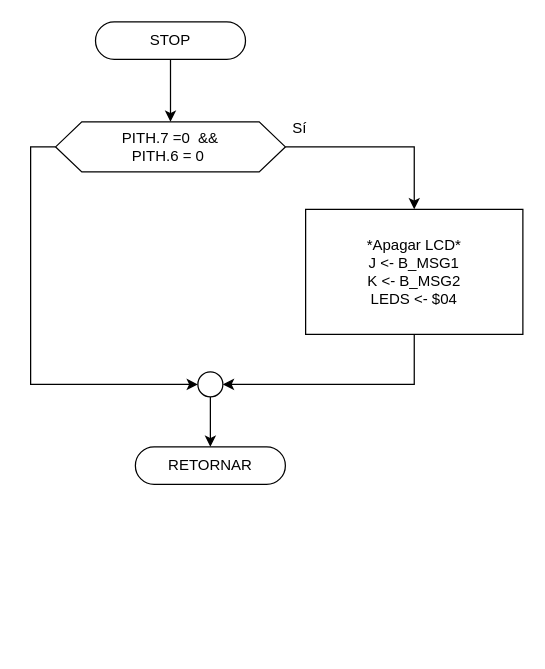
Earlier version of the draw.io diagram Proyecto/diagrams/STOP.drawio (moisotico/Microprocesadores). Source tidied: cells renumbered, new cells numbered last; positions are measured from the earlier drawing's top-left corner, leaving out a move shared by most shapes. Both pictures are drawn from the tidied source at 125%, with x=0, y=0 at pixel (55, 21).
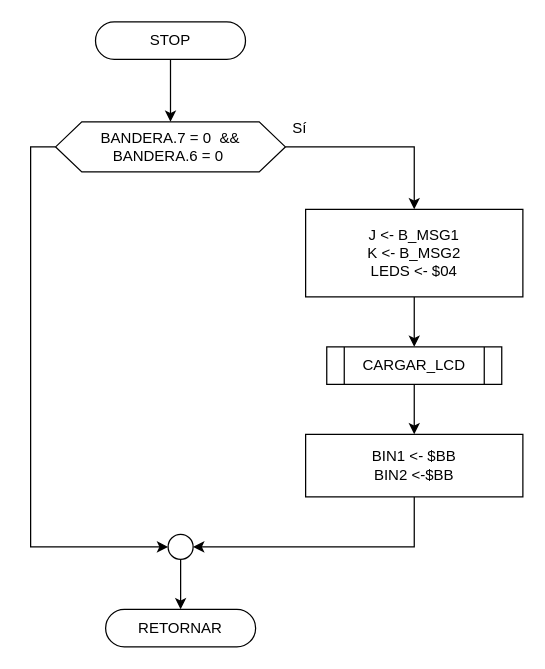
The same page after the edit.

Diff of the diagram source:
```diff
@@
 <mxGraphModel>
   <root>
     <mxCell id="0" />
     <mxCell id="1" parent="0" />
     <mxCell id="2" style="edgeStyle=orthogonalEdgeStyle;rounded=0;jettySize=auto;html=1;exitX=0.5;exitY=1;exitDx=0;exitDy=0;" parent="1" edge="1" source="3" target="12">
       <mxGeometry relative="1" as="geometry" />
     </mxCell>
     <mxCell id="3" style="ellipse;whiteSpace=wrap;html=1;" parent="1" vertex="1">
-      <mxGeometry x="113.8" y="280" width="20" height="20" as="geometry" />
+      <mxGeometry x="90" y="410" width="20" height="20" as="geometry" />
     </mxCell>
     <mxCell id="4" style="edgeStyle=orthogonalEdgeStyle;rounded=0;jettySize=auto;html=1;exitX=1;exitY=0.5;exitDx=0;exitDy=0;entryX=0.5;entryY=0;entryDx=0;entryDy=0;" parent="1" edge="1" source="6" target="8">
       <mxGeometry relative="1" as="geometry" />
     </mxCell>
     <mxCell id="5" style="edgeStyle=orthogonalEdgeStyle;rounded=0;jettySize=auto;html=1;exitX=0;exitY=0.5;exitDx=0;exitDy=0;entryX=0;entryY=0.5;entryDx=0;entryDy=0;" parent="1" edge="1" source="6" target="3">
       <mxGeometry relative="1" as="geometry" />
     </mxCell>
-    <mxCell id="6" value="PITH.7 =0&amp;nbsp; &amp;amp;&amp;amp;&lt;br&gt;PITH.6 = 0&amp;nbsp;" style="shape=hexagon;perimeter=hexagonPerimeter2;whiteSpace=wrap;html=1;size=0.11394117647058827;" parent="1" vertex="1">
+    <mxCell id="6" value="BANDERA.7 = 0&amp;nbsp; &amp;amp;&amp;amp;&lt;br&gt;BANDERA.6 = 0&amp;nbsp;" style="shape=hexagon;perimeter=hexagonPerimeter2;whiteSpace=wrap;html=1;size=0.11394117647058827;" parent="1" vertex="1">
       <mxGeometry y="80" width="183.8" height="40" as="geometry" />
     </mxCell>
-    <mxCell id="7" style="edgeStyle=orthogonalEdgeStyle;rounded=0;jettySize=auto;html=1;exitX=0.5;exitY=1;exitDx=0;exitDy=0;entryX=1;entryY=0.5;entryDx=0;entryDy=0;" parent="1" edge="1" source="8" target="3">
-      <mxGeometry relative="1" as="geometry" />
-    </mxCell>
+    <mxCell id="13" style="edgeStyle=orthogonalEdgeStyle;rounded=0;jettySize=auto;html=1;exitX=0.5;exitY=1;exitDx=0;exitDy=0;" parent="1" edge="1" source="8" target="17">
+      <mxGeometry relative="1" as="geometry" />
+    </mxCell>
-    <mxCell id="8" value="*Apagar LCD*&lt;br&gt;J &amp;lt;- B_MSG1&lt;br&gt;K &amp;lt;- B_MSG2&lt;br&gt;LEDS &amp;lt;- $04" style="rounded=0;whiteSpace=wrap;html=1;" parent="1" vertex="1">
-      <mxGeometry x="200" y="150" width="173.8" height="100" as="geometry" />
+    <mxCell id="8" value="J &amp;lt;- B_MSG1&lt;br&gt;K &amp;lt;- B_MSG2&lt;br&gt;LEDS &amp;lt;- $04" style="rounded=0;whiteSpace=wrap;html=1;" parent="1" vertex="1">
+      <mxGeometry x="200" y="150" width="173.8" height="70" as="geometry" />
     </mxCell>
+    <mxCell id="14" style="edgeStyle=orthogonalEdgeStyle;rounded=0;jettySize=auto;html=1;exitX=0.5;exitY=1;exitDx=0;exitDy=0;entryX=1;entryY=0.5;entryDx=0;entryDy=0;" parent="1" edge="1" source="15" target="3">
+      <mxGeometry relative="1" as="geometry" />
+    </mxCell>
+    <mxCell id="15" value="BIN1 &amp;lt;- $BB&lt;br&gt;BIN2 &amp;lt;-$BB" style="rounded=0;whiteSpace=wrap;html=1;" parent="1" vertex="1">
+      <mxGeometry x="200" y="330" width="173.8" height="50" as="geometry" />
+    </mxCell>
     <mxCell id="9" style="edgeStyle=orthogonalEdgeStyle;rounded=0;jettySize=auto;html=1;exitX=0.5;exitY=1;exitDx=0;exitDy=0;" parent="1" edge="1" source="10" target="6">
       <mxGeometry relative="1" as="geometry" />
     </mxCell>
     <mxCell id="10" value="STOP" style="rounded=1;whiteSpace=wrap;html=1;fontSize=12;glass=0;strokeWidth=1;shadow=0;arcSize=50;" parent="1" vertex="1">
       <mxGeometry x="31.9" width="120" height="30" as="geometry" />
     </mxCell>
     <mxCell id="11" value="Sí" style="text;html=1;align=center;verticalAlign=middle;" parent="1" vertex="1">
       <mxGeometry x="180" y="75" width="30" height="20" as="geometry" />
     </mxCell>
     <mxCell id="12" value="RETORNAR" style="rounded=1;whiteSpace=wrap;html=1;fontSize=12;glass=0;strokeWidth=1;shadow=0;arcSize=50;" parent="1" vertex="1">
-      <mxGeometry x="63.8" y="340" width="120" height="30" as="geometry" />
+      <mxGeometry x="40" y="470" width="120" height="30" as="geometry" />
     </mxCell>
+    <mxCell id="16" style="edgeStyle=orthogonalEdgeStyle;rounded=0;jettySize=auto;html=1;exitX=0.5;exitY=1;exitDx=0;exitDy=0;" parent="1" edge="1" source="17" target="15">
+      <mxGeometry relative="1" as="geometry" />
+    </mxCell>
+    <mxCell id="17" value="CARGAR_LCD" style="shape=process;whiteSpace=wrap;html=1;backgroundOutline=1;" parent="1" vertex="1">
+      <mxGeometry x="216.9" y="260" width="140" height="30" as="geometry" />
+    </mxCell>
   </root>
 </mxGraphModel>
```
